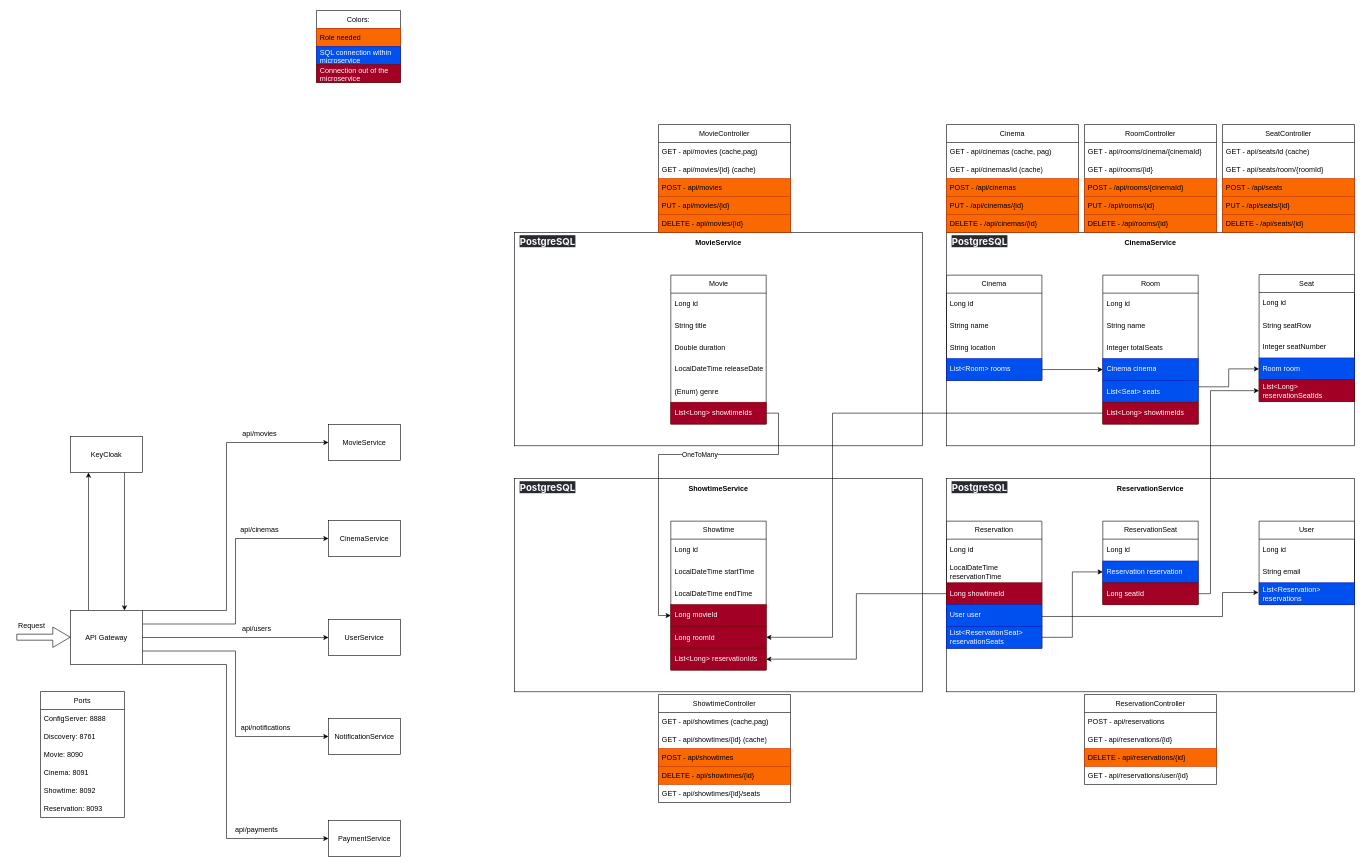
Earlier version of the draw.io diagram system.drawio (tpoda35/JAVA.PROJECT.MovieReservationSystem). Source tidied: cells renumbered, new cells numbered last; positions are measured from the earlier drawing's top-left corner, leaving out a move shared by most shapes. Both pictures are drawn from the tidied source at 60%, with x=0, y=0 at pixel (10, 10).
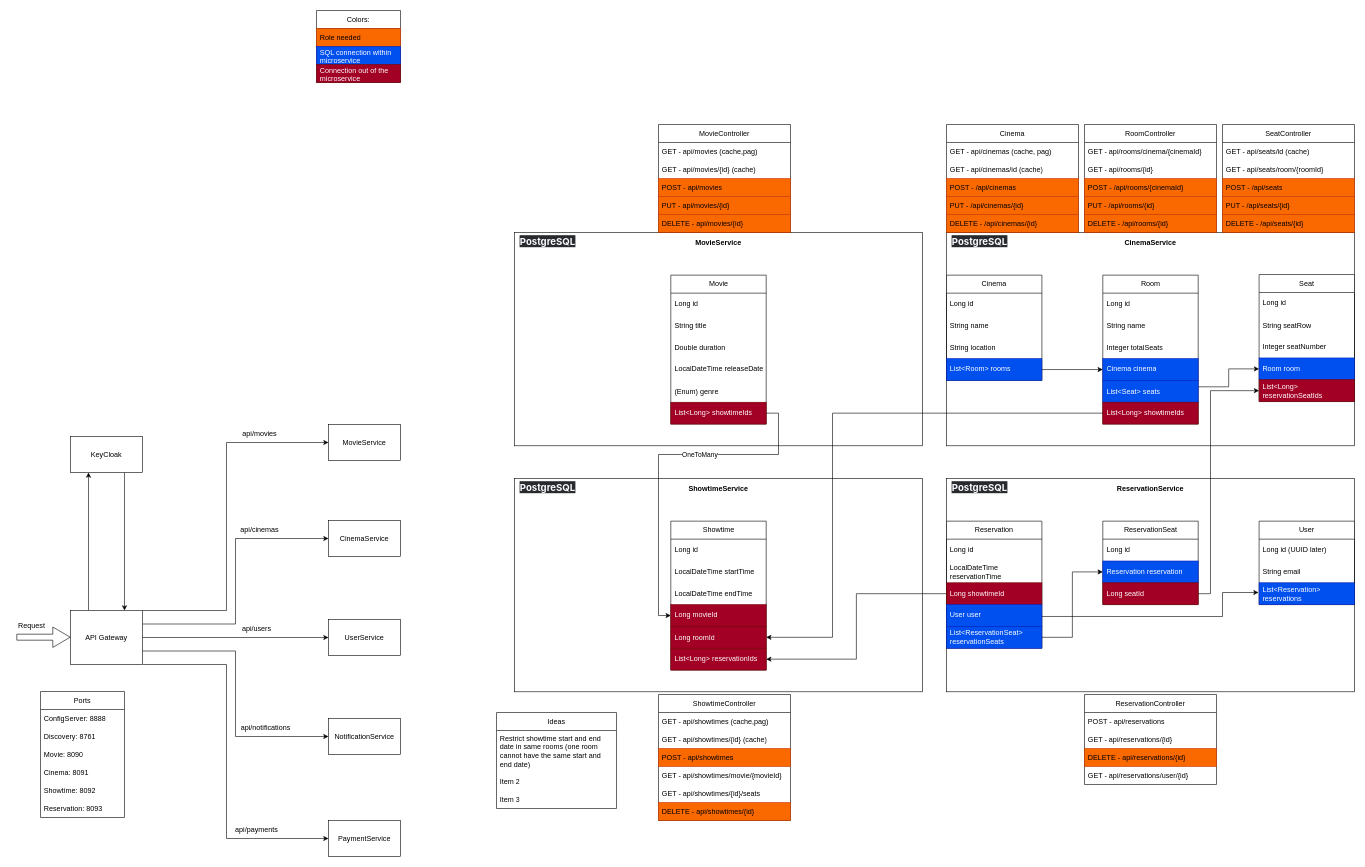
The same diagram, later.

Unchanged cells that the change refers to:
```xml
<mxCell id="95" value="User" style="swimlane;fontStyle=0;horizontal=1;startSize=30;whiteSpace=wrap;html=1;" parent="80" vertex="1">
  <mxGeometry x="521" y="71.1" width="159" height="139.1" as="geometry" />
</mxCell>
```

What changed in the source:
```diff
@@
-    <mxCell id="96" value="Long id" style="text;strokeColor=none;fillColor=none;align=left;verticalAlign=middle;spacingLeft=4;spacingRight=4;overflow=hidden;whiteSpace=wrap;html=1;" parent="95" vertex="1">
+    <mxCell id="96" value="Long id (UUID later)" style="text;strokeColor=none;fillColor=none;align=left;verticalAlign=middle;spacingLeft=4;spacingRight=4;overflow=hidden;whiteSpace=wrap;html=1;" parent="95" vertex="1">
       <mxGeometry y="30" width="159" height="36.4" as="geometry" />
     </mxCell>
@@
     <mxCell id="111" value="ShowtimeController" style="swimlane;fontStyle=0;horizontal=1;startSize=30;whiteSpace=wrap;html=1;" parent="1" vertex="1">
-      <mxGeometry x="1080" y="1140" width="220" height="180" as="geometry" />
+      <mxGeometry x="1080" y="1140" width="220" height="210" as="geometry" />
     </mxCell>
@@
+    <mxCell id="140" value="GET - api/showtimes/movie/{movieId}" style="text;align=left;verticalAlign=middle;spacingLeft=4;spacingRight=4;overflow=hidden;whiteSpace=wrap;html=1;" parent="111" vertex="1">
+      <mxGeometry y="120" width="220" height="30" as="geometry" />
+    </mxCell>
+    <mxCell id="116" value="GET - api/showtimes/{id}/seats" style="text;align=left;verticalAlign=middle;spacingLeft=4;spacingRight=4;overflow=hidden;whiteSpace=wrap;html=1;" parent="111" vertex="1">
+      <mxGeometry y="150" width="220" height="30" as="geometry" />
+    </mxCell>
     <mxCell id="115" value="DELETE - api/showtimes/{id}" style="text;align=left;verticalAlign=middle;spacingLeft=4;spacingRight=4;overflow=hidden;whiteSpace=wrap;html=1;fillColor=#fa6800;fontColor=#000000;strokeColor=#C73500;" parent="111" vertex="1">
-      <mxGeometry y="120" width="220" height="30" as="geometry" />
+      <mxGeometry y="180" width="220" height="30" as="geometry" />
     </mxCell>
-    <mxCell id="116" value="GET - api/showtimes/{id}/seats" style="text;align=left;verticalAlign=middle;spacingLeft=4;spacingRight=4;overflow=hidden;whiteSpace=wrap;html=1;" parent="111" vertex="1">
-      <mxGeometry y="150" width="220" height="30" as="geometry" />
-    </mxCell>
@@
+    <mxCell id="141" value="Ideas" style="swimlane;fontStyle=0;horizontal=1;startSize=30;whiteSpace=wrap;html=1;" parent="1" vertex="1">
+      <mxGeometry x="810" y="1170" width="200" height="160" as="geometry" />
+    </mxCell>
+    <mxCell id="142" value="Restrict showtime start and end date in same rooms (one room cannot have the same start and end date)" style="text;strokeColor=none;fillColor=none;align=left;verticalAlign=middle;spacingLeft=4;spacingRight=4;overflow=hidden;whiteSpace=wrap;html=1;" parent="141" vertex="1">
+      <mxGeometry y="30" width="200" height="70" as="geometry" />
+    </mxCell>
+    <mxCell id="143" value="Item 2" style="text;strokeColor=none;fillColor=none;align=left;verticalAlign=middle;spacingLeft=4;spacingRight=4;overflow=hidden;whiteSpace=wrap;html=1;" parent="141" vertex="1">
+      <mxGeometry y="100" width="200" height="30" as="geometry" />
+    </mxCell>
+    <mxCell id="144" value="Item 3" style="text;strokeColor=none;fillColor=none;align=left;verticalAlign=middle;spacingLeft=4;spacingRight=4;overflow=hidden;whiteSpace=wrap;html=1;" parent="141" vertex="1">
+      <mxGeometry y="130" width="200" height="30" as="geometry" />
+    </mxCell>
```
